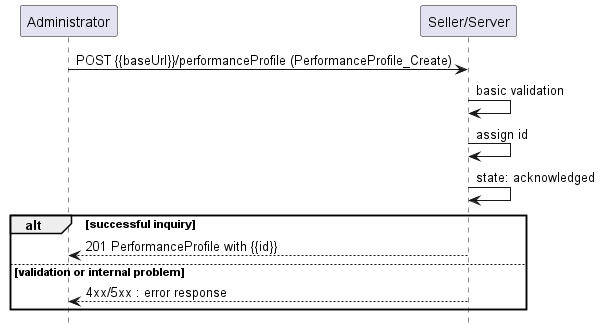
Earlier version of the PlantUML export documentation/serviceApi/pm/performance/media/useCase1.png (MEF-GIT/MEF-LSO-Legato-SDK).
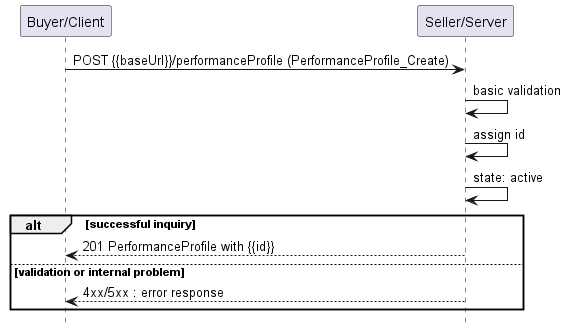
Later version of the same file.

Diff of the diagram source:
```diff
@@ -3,17 +3,17 @@
 
 hide footbox
 
-participant Administrator as A
+participant "Buyer/Client" as B
 participant "Seller/Server" as S
 
-A -> S : POST {{baseUrl}}/performanceProfile (PerformanceProfile_Create)
+B -> S : POST {{baseUrl}}/performanceProfile (PerformanceProfile_Create)
 
 S -> S : basic validation
 S -> S : assign id
-S -> S : state: acknowledged
+S -> S : state: active
 alt successful inquiry
-    A <-- S : 201 PerformanceProfile with {{id}}
+    B <-- S : 201 PerformanceProfile with {{id}}
 else validation or internal problem
-    A <-- S: 4xx/5xx : error response
+    B <-- S: 4xx/5xx : error response
 end
 @enduml
```
